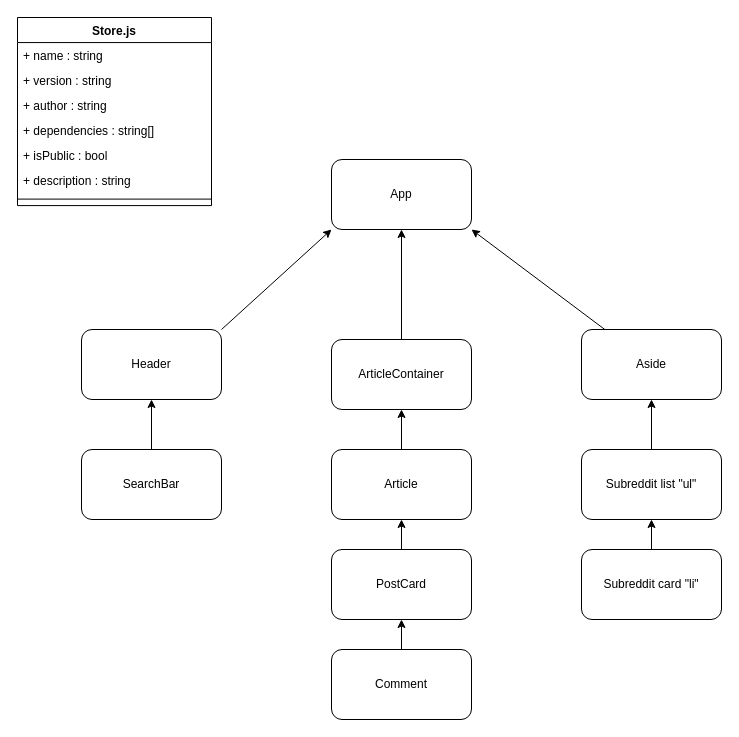
JesseVahlfors/Mini-Reddit keeps this draw.io diagram as MiniReddit.drawio. Above is the earlier version. Source tidied: cells renumbered, new cells numbered last; positions are measured from the earlier drawing's top-left corner, leaving out a move shared by most shapes. Both pictures are drawn from the tidied source at 100%, with x=0, y=0 at pixel (17, 17).
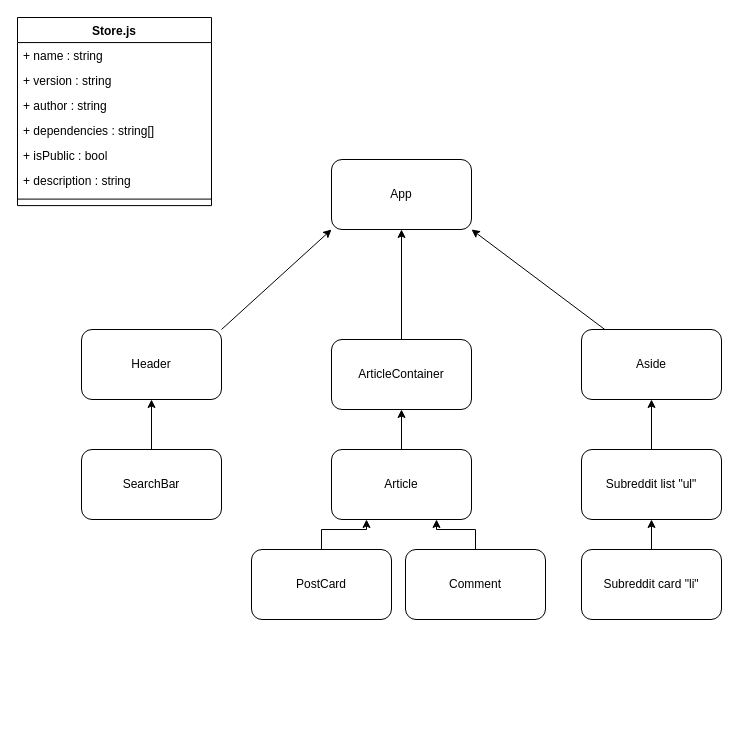
After the change.

Commit message (it also covers changes not shown here):
add conditional to article images

Unchanged cells that the change refers to:
```xml
<mxCell id="16" value="Article" style="rounded=1;whiteSpace=wrap;html=1;" parent="1" vertex="1">
  <mxGeometry x="314" y="432" width="140" height="70" as="geometry" />
</mxCell>
```

Change to the diagram source:
```diff
@@
-    <mxCell id="19" style="edgeStyle=orthogonalEdgeStyle;rounded=0;jettySize=auto;html=1;" parent="1" edge="1" source="20" target="16">
+    <mxCell id="19" style="edgeStyle=orthogonalEdgeStyle;rounded=0;jettySize=auto;html=1;entryX=0.25;entryY=1;entryDx=0;entryDy=0;" parent="1" edge="1" source="20" target="16">
       <mxGeometry relative="1" as="geometry" />
     </mxCell>
     <mxCell id="20" value="PostCard" style="rounded=1;whiteSpace=wrap;html=1;" parent="1" vertex="1">
-      <mxGeometry x="314" y="532" width="140" height="70" as="geometry" />
+      <mxGeometry x="234" y="532" width="140" height="70" as="geometry" />
     </mxCell>
@@
-    <mxCell id="23" style="edgeStyle=orthogonalEdgeStyle;rounded=0;jettySize=auto;html=1;" parent="1" edge="1" source="24" target="20">
+    <mxCell id="23" style="edgeStyle=orthogonalEdgeStyle;rounded=0;jettySize=auto;html=1;entryX=0.75;entryY=1;entryDx=0;entryDy=0;" parent="1" edge="1" source="24" target="16">
       <mxGeometry relative="1" as="geometry" />
     </mxCell>
     <mxCell id="24" value="Comment" style="rounded=1;whiteSpace=wrap;html=1;" parent="1" vertex="1">
-      <mxGeometry x="314" y="632" width="140" height="70" as="geometry" />
+      <mxGeometry x="388" y="532" width="140" height="70" as="geometry" />
     </mxCell>
```
